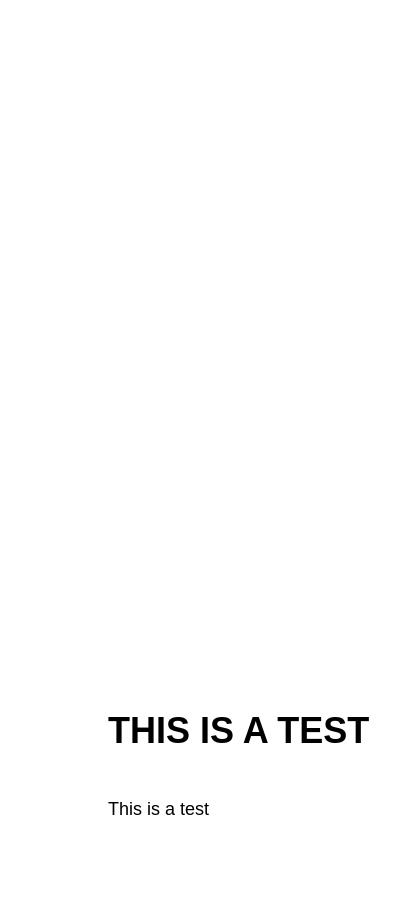
This is Untitled Diagram.drawio from rinalditomas/draw-io-test, a draw.io file, before an edit. Source tidied: cells renumbered, new cells numbered last; positions are measured from the earlier drawing's top-left corner, leaving out a move shared by most shapes. Both pictures are drawn from the tidied source at 150%, with x=0, y=0 at pixel (100, 700).
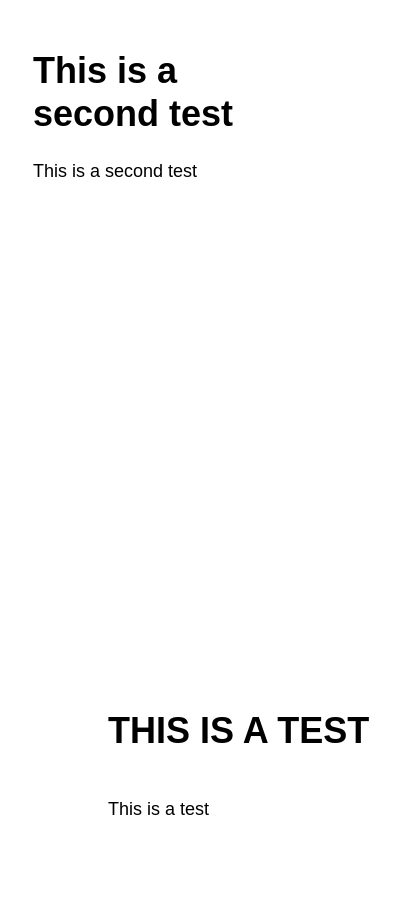
The same diagram, later.

Diff of the diagram source:
```diff
@@
 <mxGraphModel>
   <root>
     <mxCell id="0" />
     <mxCell id="1" parent="0" />
     <mxCell id="2" value="&lt;h1&gt;THIS IS A TEST&lt;/h1&gt;&lt;div&gt;&lt;br&gt;&lt;/div&gt;&lt;div&gt;This is a test&lt;/div&gt;&lt;div&gt;&lt;br&gt;&lt;/div&gt;" style="text;html=1;strokeColor=none;fillColor=none;spacing=5;spacingTop=-20;whiteSpace=wrap;overflow=hidden;rounded=0;" parent="1" vertex="1">
       <mxGeometry width="190" height="120" as="geometry" />
     </mxCell>
+    <mxCell id="3" value="&lt;h1&gt;This is a second test&lt;/h1&gt;&lt;div&gt;This is a second test&lt;/div&gt;" style="text;html=1;strokeColor=none;fillColor=none;spacing=5;spacingTop=-20;whiteSpace=wrap;overflow=hidden;rounded=0;" parent="1" vertex="1">
+      <mxGeometry x="-50" y="-440" width="190" height="120" as="geometry" />
+    </mxCell>
   </root>
 </mxGraphModel>
```
